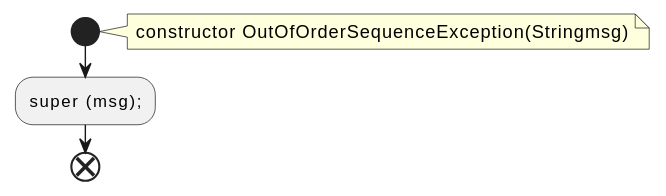
The PlantUML diagram docs/qc/clients/src/main/java/org/apache/kafka/common/errors/OutOfOrderSequenceException.java.fct.svg in qualitesys/kafka, before a commit.
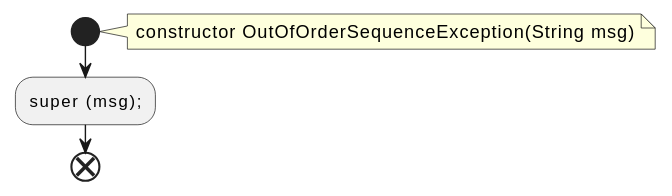
Later version of the same file.

The edit, as a diff of the source:
```diff
@@ -2,7 +2,7 @@
 !pragma layout smetana
 start
 note right
-constructor OutOfOrderSequenceException(Stringmsg)
+constructor OutOfOrderSequenceException(String msg)
 end note
 :super (msg);;
 end
```
